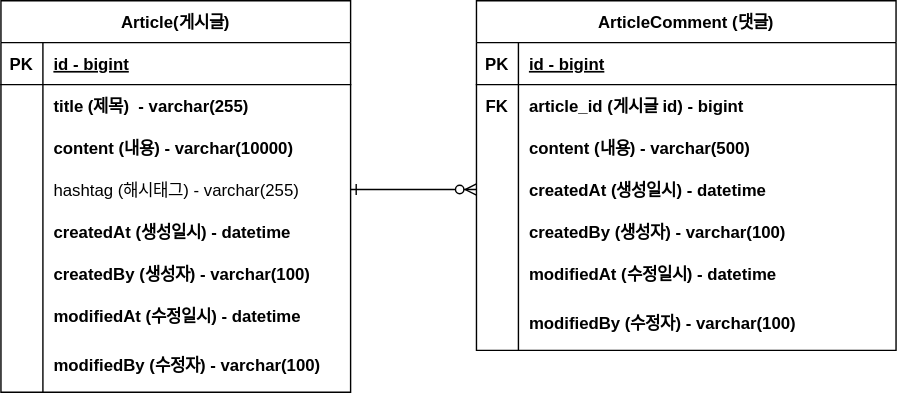
This is document/board-erd.svg from HUN0904/project-board, a draw.io export, as it was before one commit. Source tidied: cells renumbered, new cells last; positions are measured from the earlier drawing's top-left corner, leaving out a move shared by most shapes.
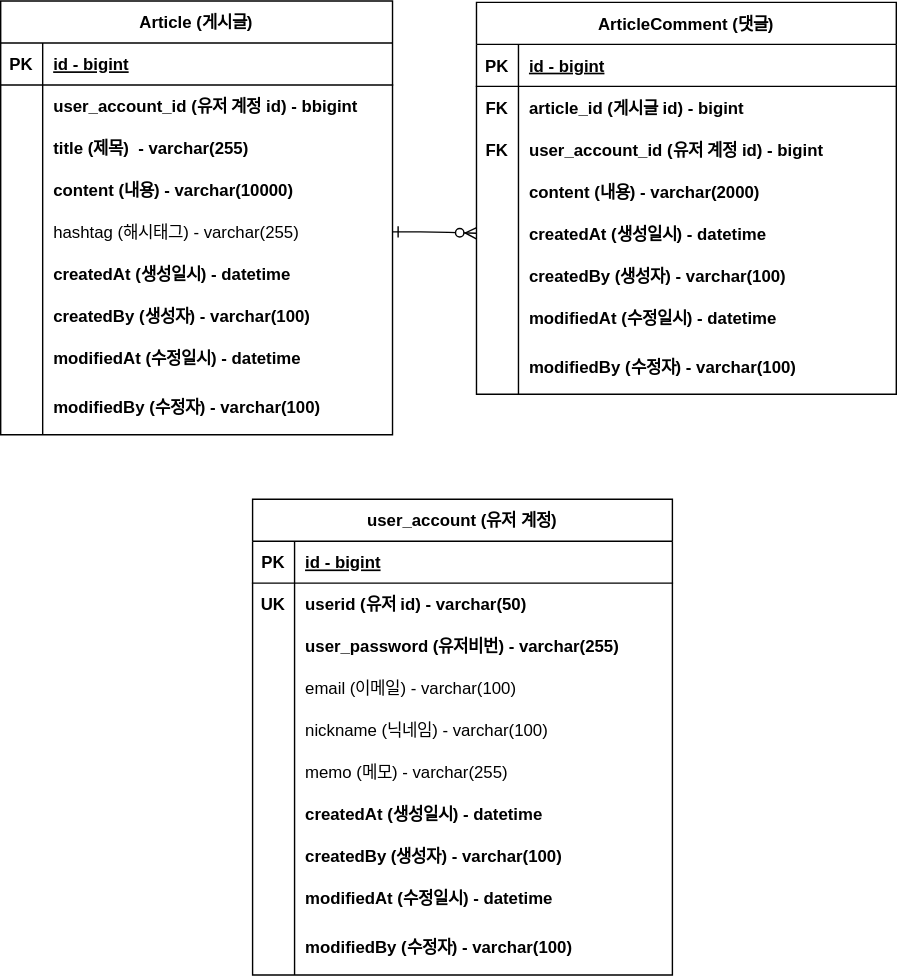
Above is the later version.

Change to the diagram source:
```diff
@@ -6,7 +6,7 @@
       <mxGeometry relative="1" as="geometry" />
     </mxCell>
     <mxCell id="3" value="ArticleComment (댓글)" style="shape=table;startSize=30;rowLines=0;fontStyle=1;align=center;" parent="1" vertex="1">
-      <mxGeometry x="340" width="300" height="250" as="geometry" />
+      <mxGeometry x="340" width="300" height="280" as="geometry" />
     </mxCell>
     <mxCell id="4" style="shape=partialRectangle;fillColor=none;top=0;left=0;right=0;bottom=1;" parent="3" vertex="1">
       <mxGeometry y="30" width="300" height="30" as="geometry" />
@@ -29,14 +29,23 @@
     <mxCell id="10" style="shape=partialRectangle;fillColor=none;top=0;left=0;right=0;bottom=0;" parent="3" vertex="1">
       <mxGeometry y="90" width="300" height="30" as="geometry" />
     </mxCell>
-    <mxCell id="11" style="shape=partialRectangle;overflow=hidden;fillColor=none;top=0;left=0;bottom=0;right=0;" parent="10" vertex="1">
+    <mxCell id="11" value="FK" style="shape=partialRectangle;overflow=hidden;fillColor=none;top=0;left=0;bottom=0;right=0;fontStyle=1;" parent="10" vertex="1">
       <mxGeometry width="30" height="30" as="geometry" />
     </mxCell>
-    <mxCell id="12" value="content (내용) - varchar(500)" style="shape=partialRectangle;overflow=hidden;fillColor=none;top=0;left=0;bottom=0;right=0;align=left;spacingLeft=6;fontStyle=1;" parent="10" vertex="1">
+    <mxCell id="12" value="user_account_id (유저 계정 id) - bigint" style="shape=partialRectangle;overflow=hidden;fillColor=none;top=0;left=0;bottom=0;right=0;align=left;spacingLeft=6;fontStyle=1;" parent="10" vertex="1">
       <mxGeometry x="30" width="270" height="30" as="geometry" />
     </mxCell>
+    <mxCell id="50" style="shape=partialRectangle;fillColor=none;top=0;left=0;right=0;bottom=0;" parent="3" vertex="1">
+      <mxGeometry y="120" width="300" height="30" as="geometry" />
+    </mxCell>
+    <mxCell id="51" style="shape=partialRectangle;overflow=hidden;fillColor=none;top=0;left=0;bottom=0;right=0;" parent="50" vertex="1">
+      <mxGeometry width="30" height="30" as="geometry" />
+    </mxCell>
+    <mxCell id="52" value="content (내용) - varchar(2000)" style="shape=partialRectangle;overflow=hidden;fillColor=none;top=0;left=0;bottom=0;right=0;align=left;spacingLeft=6;fontStyle=1;" parent="50" vertex="1">
+      <mxGeometry x="30" width="270" height="30" as="geometry" />
+    </mxCell>
     <mxCell id="13" style="shape=partialRectangle;fillColor=none;points=[[0,0.5],[1,0.5]];portConstraint=eastwest;top=0;left=0;right=0;bottom=0;" parent="3" vertex="1">
-      <mxGeometry y="120" width="300" height="30" as="geometry" />
+      <mxGeometry y="150" width="300" height="30" as="geometry" />
     </mxCell>
     <mxCell id="14" style="shape=partialRectangle;overflow=hidden;fillColor=none;top=0;left=0;bottom=0;right=0;" parent="13" vertex="1">
       <mxGeometry width="30" height="30" as="geometry" />
@@ -45,7 +54,7 @@
       <mxGeometry x="30" width="270" height="30" as="geometry" />
     </mxCell>
     <mxCell id="16" style="shape=partialRectangle;fillColor=none;top=0;left=0;right=0;bottom=0;" parent="3" vertex="1">
-      <mxGeometry y="150" width="300" height="30" as="geometry" />
+      <mxGeometry y="180" width="300" height="30" as="geometry" />
     </mxCell>
     <mxCell id="17" style="shape=partialRectangle;overflow=hidden;fillColor=none;top=0;left=0;bottom=0;right=0;" parent="16" vertex="1">
       <mxGeometry width="30" height="30" as="geometry" />
@@ -54,7 +63,7 @@
       <mxGeometry x="30" width="270" height="30" as="geometry" />
     </mxCell>
     <mxCell id="19" style="shape=partialRectangle;fillColor=none;top=0;left=0;right=0;bottom=0;" parent="3" vertex="1">
-      <mxGeometry y="180" width="300" height="30" as="geometry" />
+      <mxGeometry y="210" width="300" height="30" as="geometry" />
     </mxCell>
     <mxCell id="20" style="shape=partialRectangle;overflow=hidden;fillColor=none;top=0;left=0;bottom=0;right=0;" parent="19" vertex="1">
       <mxGeometry width="30" height="30" as="geometry" />
@@ -63,7 +72,7 @@
       <mxGeometry x="30" width="270" height="30" as="geometry" />
     </mxCell>
     <mxCell id="22" style="shape=partialRectangle;fillColor=none;top=0;left=0;right=0;bottom=0;" parent="3" vertex="1">
-      <mxGeometry y="210" width="300" height="40" as="geometry" />
+      <mxGeometry y="240" width="300" height="40" as="geometry" />
     </mxCell>
     <mxCell id="23" style="shape=partialRectangle;overflow=hidden;fillColor=none;top=0;left=0;bottom=0;right=0;" parent="22" vertex="1">
       <mxGeometry width="30" height="40" as="geometry" />
@@ -71,80 +80,182 @@
     <mxCell id="24" value="modifiedBy (수정자) - varchar(100)" style="shape=partialRectangle;overflow=hidden;fillColor=none;top=0;left=0;bottom=0;right=0;align=left;spacingLeft=6;fontStyle=1;" parent="22" vertex="1">
       <mxGeometry x="30" width="270" height="40" as="geometry" />
     </mxCell>
-    <mxCell id="25" value="Article(게시글)" style="shape=table;startSize=30;rowLines=0;fontStyle=1;align=center;" parent="1" vertex="1">
-      <mxGeometry width="250" height="280" as="geometry" />
+    <mxCell id="25" value="Article (게시글)" style="shape=table;startSize=30;rowLines=0;fontStyle=1;align=center;" parent="1" vertex="1">
+      <mxGeometry y="-1" width="280" height="310" as="geometry" />
     </mxCell>
     <mxCell id="26" style="shape=partialRectangle;fillColor=none;top=0;left=0;right=0;bottom=1;" parent="25" vertex="1">
-      <mxGeometry y="30" width="250" height="30" as="geometry" />
+      <mxGeometry y="30" width="280" height="30" as="geometry" />
     </mxCell>
     <mxCell id="27" value="PK" style="shape=partialRectangle;overflow=hidden;fillColor=none;top=0;left=0;bottom=0;right=0;fontStyle=1;" parent="26" vertex="1">
       <mxGeometry width="30" height="30" as="geometry" />
     </mxCell>
     <mxCell id="28" value="id - bigint" style="shape=partialRectangle;overflow=hidden;fillColor=none;top=0;left=0;bottom=0;right=0;align=left;spacingLeft=6;fontStyle=5;" parent="26" vertex="1">
-      <mxGeometry x="30" width="220" height="30" as="geometry" />
+      <mxGeometry x="30" width="250" height="30" as="geometry" />
     </mxCell>
     <mxCell id="29" style="shape=partialRectangle;fillColor=none;top=0;left=0;right=0;bottom=0;" parent="25" vertex="1">
-      <mxGeometry y="60" width="250" height="30" as="geometry" />
+      <mxGeometry y="60" width="280" height="30" as="geometry" />
     </mxCell>
     <mxCell id="30" style="shape=partialRectangle;overflow=hidden;fillColor=none;top=0;left=0;bottom=0;right=0;" parent="29" vertex="1">
       <mxGeometry width="30" height="30" as="geometry" />
     </mxCell>
-    <mxCell id="31" value="title (제목)  - varchar(255)" style="shape=partialRectangle;overflow=hidden;fillColor=none;top=0;left=0;bottom=0;right=0;align=left;spacingLeft=6;fontStyle=1;" parent="29" vertex="1">
-      <mxGeometry x="30" width="220" height="30" as="geometry" />
+    <mxCell id="31" value="user_account_id (유저 계정 id) - bbigint" style="shape=partialRectangle;overflow=hidden;fillColor=none;top=0;left=0;bottom=0;right=0;align=left;spacingLeft=6;fontStyle=1;" parent="29" vertex="1">
+      <mxGeometry x="30" width="250" height="30" as="geometry" />
     </mxCell>
+    <mxCell id="53" style="shape=partialRectangle;fillColor=none;top=0;left=0;right=0;bottom=0;" parent="25" vertex="1">
+      <mxGeometry y="90" width="280" height="30" as="geometry" />
+    </mxCell>
+    <mxCell id="54" style="shape=partialRectangle;overflow=hidden;fillColor=none;top=0;left=0;bottom=0;right=0;" parent="53" vertex="1">
+      <mxGeometry width="30" height="30" as="geometry" />
+    </mxCell>
+    <mxCell id="55" value="title (제목)  - varchar(255)" style="shape=partialRectangle;overflow=hidden;fillColor=none;top=0;left=0;bottom=0;right=0;align=left;spacingLeft=6;fontStyle=1;" parent="53" vertex="1">
+      <mxGeometry x="30" width="250" height="30" as="geometry" />
+    </mxCell>
     <mxCell id="32" style="shape=partialRectangle;fillColor=none;top=0;left=0;right=0;bottom=0;" parent="25" vertex="1">
-      <mxGeometry y="90" width="250" height="30" as="geometry" />
+      <mxGeometry y="120" width="280" height="30" as="geometry" />
     </mxCell>
     <mxCell id="33" style="shape=partialRectangle;overflow=hidden;fillColor=none;top=0;left=0;bottom=0;right=0;" parent="32" vertex="1">
       <mxGeometry width="30" height="30" as="geometry" />
     </mxCell>
     <mxCell id="34" value="content (내용) - varchar(10000)" style="shape=partialRectangle;overflow=hidden;fillColor=none;top=0;left=0;bottom=0;right=0;align=left;spacingLeft=6;fontStyle=1;" parent="32" vertex="1">
-      <mxGeometry x="30" width="220" height="30" as="geometry" />
+      <mxGeometry x="30" width="250" height="30" as="geometry" />
     </mxCell>
     <mxCell id="35" style="shape=partialRectangle;fillColor=none;points=[[0,0.5],[1,0.5]];portConstraint=eastwest;top=0;left=0;right=0;bottom=0;" parent="25" vertex="1">
-      <mxGeometry y="120" width="250" height="30" as="geometry" />
+      <mxGeometry y="150" width="280" height="30" as="geometry" />
     </mxCell>
     <mxCell id="36" style="shape=partialRectangle;overflow=hidden;fillColor=none;top=0;left=0;bottom=0;right=0;" parent="35" vertex="1">
       <mxGeometry width="30" height="30" as="geometry" />
     </mxCell>
     <mxCell id="37" value="hashtag (해시태그) - varchar(255)   " style="shape=partialRectangle;overflow=hidden;fillColor=none;top=0;left=0;bottom=0;right=0;align=left;spacingLeft=6;fontStyle=0;" parent="35" vertex="1">
-      <mxGeometry x="30" width="220" height="30" as="geometry" />
+      <mxGeometry x="30" width="250" height="30" as="geometry" />
     </mxCell>
     <mxCell id="38" style="shape=partialRectangle;fillColor=none;top=0;left=0;right=0;bottom=0;" parent="25" vertex="1">
-      <mxGeometry y="150" width="250" height="30" as="geometry" />
+      <mxGeometry y="180" width="280" height="30" as="geometry" />
     </mxCell>
     <mxCell id="39" style="shape=partialRectangle;overflow=hidden;fillColor=none;top=0;left=0;bottom=0;right=0;" parent="38" vertex="1">
       <mxGeometry width="30" height="30" as="geometry" />
     </mxCell>
     <mxCell id="40" value="createdAt (생성일시) - datetime" style="shape=partialRectangle;overflow=hidden;fillColor=none;top=0;left=0;bottom=0;right=0;align=left;spacingLeft=6;fontStyle=1;" parent="38" vertex="1">
-      <mxGeometry x="30" width="220" height="30" as="geometry" />
+      <mxGeometry x="30" width="250" height="30" as="geometry" />
     </mxCell>
     <mxCell id="41" style="shape=partialRectangle;fillColor=none;top=0;left=0;right=0;bottom=0;" parent="25" vertex="1">
-      <mxGeometry y="180" width="250" height="30" as="geometry" />
+      <mxGeometry y="210" width="280" height="30" as="geometry" />
     </mxCell>
     <mxCell id="42" style="shape=partialRectangle;overflow=hidden;fillColor=none;top=0;left=0;bottom=0;right=0;" parent="41" vertex="1">
       <mxGeometry width="30" height="30" as="geometry" />
     </mxCell>
     <mxCell id="43" value="createdBy (생성자) - varchar(100)" style="shape=partialRectangle;overflow=hidden;fillColor=none;top=0;left=0;bottom=0;right=0;align=left;spacingLeft=6;fontStyle=1;" parent="41" vertex="1">
-      <mxGeometry x="30" width="220" height="30" as="geometry" />
+      <mxGeometry x="30" width="250" height="30" as="geometry" />
     </mxCell>
     <mxCell id="44" style="shape=partialRectangle;fillColor=none;top=0;left=0;right=0;bottom=0;" parent="25" vertex="1">
-      <mxGeometry y="210" width="250" height="30" as="geometry" />
+      <mxGeometry y="240" width="280" height="30" as="geometry" />
     </mxCell>
     <mxCell id="45" style="shape=partialRectangle;overflow=hidden;fillColor=none;top=0;left=0;bottom=0;right=0;" parent="44" vertex="1">
       <mxGeometry width="30" height="30" as="geometry" />
     </mxCell>
     <mxCell id="46" value="modifiedAt (수정일시) - datetime" style="shape=partialRectangle;overflow=hidden;fillColor=none;top=0;left=0;bottom=0;right=0;align=left;spacingLeft=6;fontStyle=1;" parent="44" vertex="1">
-      <mxGeometry x="30" width="220" height="30" as="geometry" />
+      <mxGeometry x="30" width="250" height="30" as="geometry" />
     </mxCell>
     <mxCell id="47" style="shape=partialRectangle;fillColor=none;top=0;left=0;right=0;bottom=0;" parent="25" vertex="1">
-      <mxGeometry y="240" width="250" height="40" as="geometry" />
+      <mxGeometry y="270" width="280" height="40" as="geometry" />
     </mxCell>
     <mxCell id="48" style="shape=partialRectangle;overflow=hidden;fillColor=none;top=0;left=0;bottom=0;right=0;" parent="47" vertex="1">
       <mxGeometry width="30" height="40" as="geometry" />
     </mxCell>
     <mxCell id="49" value="modifiedBy (수정자) - varchar(100)" style="shape=partialRectangle;overflow=hidden;fillColor=none;top=0;left=0;bottom=0;right=0;align=left;spacingLeft=6;fontStyle=1;" parent="47" vertex="1">
-      <mxGeometry x="30" width="220" height="40" as="geometry" />
+      <mxGeometry x="30" width="250" height="40" as="geometry" />
     </mxCell>
+    <mxCell id="56" value="user_account (유저 계정)" style="shape=table;startSize=30;rowLines=0;fontStyle=1;align=center;" parent="1" vertex="1">
+      <mxGeometry x="180" y="355" width="300" height="340" as="geometry" />
+    </mxCell>
+    <mxCell id="57" style="shape=partialRectangle;fillColor=none;top=0;left=0;right=0;bottom=1;" parent="56" vertex="1">
+      <mxGeometry y="30" width="300" height="30" as="geometry" />
+    </mxCell>
+    <mxCell id="58" value="PK" style="shape=partialRectangle;overflow=hidden;fillColor=none;top=0;left=0;bottom=0;right=0;fontStyle=1;" parent="57" vertex="1">
+      <mxGeometry width="30" height="30" as="geometry" />
+    </mxCell>
+    <mxCell id="59" value="id - bigint" style="shape=partialRectangle;overflow=hidden;fillColor=none;top=0;left=0;bottom=0;right=0;align=left;spacingLeft=6;fontStyle=5;" parent="57" vertex="1">
+      <mxGeometry x="30" width="270" height="30" as="geometry" />
+    </mxCell>
+    <mxCell id="60" style="shape=partialRectangle;fillColor=none;top=0;left=0;right=0;bottom=0;" parent="56" vertex="1">
+      <mxGeometry y="60" width="300" height="30" as="geometry" />
+    </mxCell>
+    <mxCell id="61" value="UK" style="shape=partialRectangle;overflow=hidden;fillColor=none;top=0;left=0;bottom=0;right=0;fontStyle=1;" parent="60" vertex="1">
+      <mxGeometry width="30" height="30" as="geometry" />
+    </mxCell>
+    <mxCell id="62" value="userid (유저 id) - varchar(50)" style="shape=partialRectangle;overflow=hidden;fillColor=none;top=0;left=0;bottom=0;right=0;align=left;spacingLeft=6;fontStyle=1;" parent="60" vertex="1">
+      <mxGeometry x="30" width="270" height="30" as="geometry" />
+    </mxCell>
+    <mxCell id="63" style="shape=partialRectangle;fillColor=none;top=0;left=0;right=0;bottom=0;" parent="56" vertex="1">
+      <mxGeometry y="90" width="300" height="30" as="geometry" />
+    </mxCell>
+    <mxCell id="64" style="shape=partialRectangle;overflow=hidden;fillColor=none;top=0;left=0;bottom=0;right=0;fontStyle=1;" parent="63" vertex="1">
+      <mxGeometry width="30" height="30" as="geometry" />
+    </mxCell>
+    <mxCell id="65" value="user_password (유저비번) - varchar(255)" style="shape=partialRectangle;overflow=hidden;fillColor=none;top=0;left=0;bottom=0;right=0;align=left;spacingLeft=6;fontStyle=1;" parent="63" vertex="1">
+      <mxGeometry x="30" width="270" height="30" as="geometry" />
+    </mxCell>
+    <mxCell id="66" style="shape=partialRectangle;fillColor=none;top=0;left=0;right=0;bottom=0;" parent="56" vertex="1">
+      <mxGeometry y="120" width="300" height="30" as="geometry" />
+    </mxCell>
+    <mxCell id="67" style="shape=partialRectangle;overflow=hidden;fillColor=none;top=0;left=0;bottom=0;right=0;" parent="66" vertex="1">
+      <mxGeometry width="30" height="30" as="geometry" />
+    </mxCell>
+    <mxCell id="68" value="email (이메일) - varchar(100) " style="shape=partialRectangle;overflow=hidden;fillColor=none;top=0;left=0;bottom=0;right=0;align=left;spacingLeft=6;fontStyle=0;" parent="66" vertex="1">
+      <mxGeometry x="30" width="270" height="30" as="geometry" />
+    </mxCell>
+    <mxCell id="69" style="shape=partialRectangle;fillColor=none;top=0;left=0;right=0;bottom=0;" parent="56" vertex="1">
+      <mxGeometry y="150" width="300" height="30" as="geometry" />
+    </mxCell>
+    <mxCell id="70" style="shape=partialRectangle;overflow=hidden;fillColor=none;top=0;left=0;bottom=0;right=0;" parent="69" vertex="1">
+      <mxGeometry width="30" height="30" as="geometry" />
+    </mxCell>
+    <mxCell id="71" value="nickname (닉네임) - varchar(100)" style="shape=partialRectangle;overflow=hidden;fillColor=none;top=0;left=0;bottom=0;right=0;align=left;spacingLeft=6;fontStyle=0;" parent="69" vertex="1">
+      <mxGeometry x="30" width="270" height="30" as="geometry" />
+    </mxCell>
+    <mxCell id="72" style="shape=partialRectangle;fillColor=none;top=0;left=0;right=0;bottom=0;" parent="56" vertex="1">
+      <mxGeometry y="180" width="300" height="30" as="geometry" />
+    </mxCell>
+    <mxCell id="73" style="shape=partialRectangle;overflow=hidden;fillColor=none;top=0;left=0;bottom=0;right=0;" parent="72" vertex="1">
+      <mxGeometry width="30" height="30" as="geometry" />
+    </mxCell>
+    <mxCell id="74" value="memo (메모) - varchar(255)" style="shape=partialRectangle;overflow=hidden;fillColor=none;top=0;left=0;bottom=0;right=0;align=left;spacingLeft=6;fontStyle=0;" parent="72" vertex="1">
+      <mxGeometry x="30" width="270" height="30" as="geometry" />
+    </mxCell>
+    <mxCell id="75" style="shape=partialRectangle;fillColor=none;top=0;left=0;right=0;bottom=0;" parent="56" vertex="1">
+      <mxGeometry y="210" width="300" height="30" as="geometry" />
+    </mxCell>
+    <mxCell id="76" style="shape=partialRectangle;overflow=hidden;fillColor=none;top=0;left=0;bottom=0;right=0;" parent="75" vertex="1">
+      <mxGeometry width="30" height="30" as="geometry" />
+    </mxCell>
+    <mxCell id="77" value="createdAt (생성일시) - datetime" style="shape=partialRectangle;overflow=hidden;fillColor=none;top=0;left=0;bottom=0;right=0;align=left;spacingLeft=6;fontStyle=1;" parent="75" vertex="1">
+      <mxGeometry x="30" width="270" height="30" as="geometry" />
+    </mxCell>
+    <mxCell id="78" style="shape=partialRectangle;fillColor=none;top=0;left=0;right=0;bottom=0;" parent="56" vertex="1">
+      <mxGeometry y="240" width="300" height="30" as="geometry" />
+    </mxCell>
+    <mxCell id="79" style="shape=partialRectangle;overflow=hidden;fillColor=none;top=0;left=0;bottom=0;right=0;" parent="78" vertex="1">
+      <mxGeometry width="30" height="30" as="geometry" />
+    </mxCell>
+    <mxCell id="80" value="createdBy (생성자) - varchar(100)" style="shape=partialRectangle;overflow=hidden;fillColor=none;top=0;left=0;bottom=0;right=0;align=left;spacingLeft=6;fontStyle=1;" parent="78" vertex="1">
+      <mxGeometry x="30" width="270" height="30" as="geometry" />
+    </mxCell>
+    <mxCell id="81" style="shape=partialRectangle;fillColor=none;top=0;left=0;right=0;bottom=0;" parent="56" vertex="1">
+      <mxGeometry y="270" width="300" height="30" as="geometry" />
+    </mxCell>
+    <mxCell id="82" style="shape=partialRectangle;overflow=hidden;fillColor=none;top=0;left=0;bottom=0;right=0;" parent="81" vertex="1">
+      <mxGeometry width="30" height="30" as="geometry" />
+    </mxCell>
+    <mxCell id="83" value="modifiedAt (수정일시) - datetime" style="shape=partialRectangle;overflow=hidden;fillColor=none;top=0;left=0;bottom=0;right=0;align=left;spacingLeft=6;fontStyle=1;" parent="81" vertex="1">
+      <mxGeometry x="30" width="270" height="30" as="geometry" />
+    </mxCell>
+    <mxCell id="84" style="shape=partialRectangle;fillColor=none;top=0;left=0;right=0;bottom=0;" parent="56" vertex="1">
+      <mxGeometry y="300" width="300" height="40" as="geometry" />
+    </mxCell>
+    <mxCell id="85" style="shape=partialRectangle;overflow=hidden;fillColor=none;top=0;left=0;bottom=0;right=0;" parent="84" vertex="1">
+      <mxGeometry width="30" height="40" as="geometry" />
+    </mxCell>
+    <mxCell id="86" value="modifiedBy (수정자) - varchar(100)" style="shape=partialRectangle;overflow=hidden;fillColor=none;top=0;left=0;bottom=0;right=0;align=left;spacingLeft=6;fontStyle=1;" parent="84" vertex="1">
+      <mxGeometry x="30" width="270" height="40" as="geometry" />
+    </mxCell>
   </root>
 </mxGraphModel>
```
